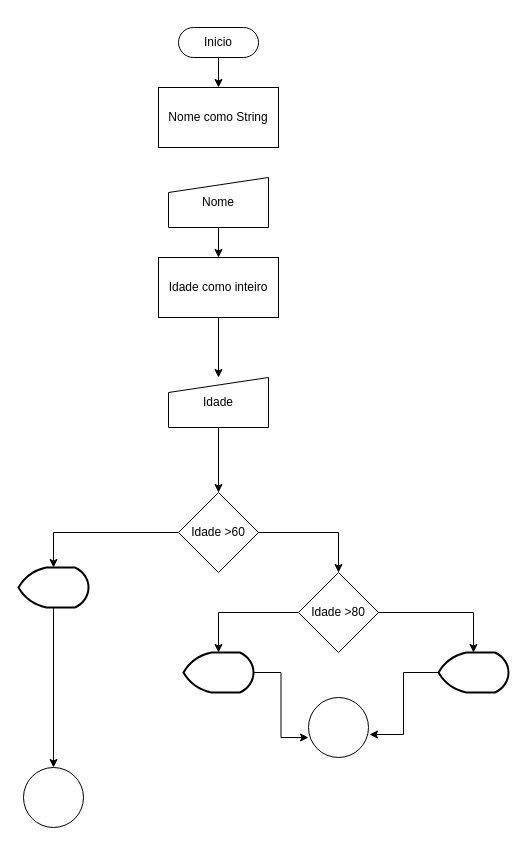
Earlier version of the draw.io diagram Agenda05.drawio (ersafra/EadetecDS2023). Source tidied: cells renumbered, new cells numbered last; positions are measured from the earlier drawing's top-left corner, leaving out a move shared by most shapes. Both pictures are drawn from the tidied source at 100%, with x=0, y=0 at pixel (18, 27).
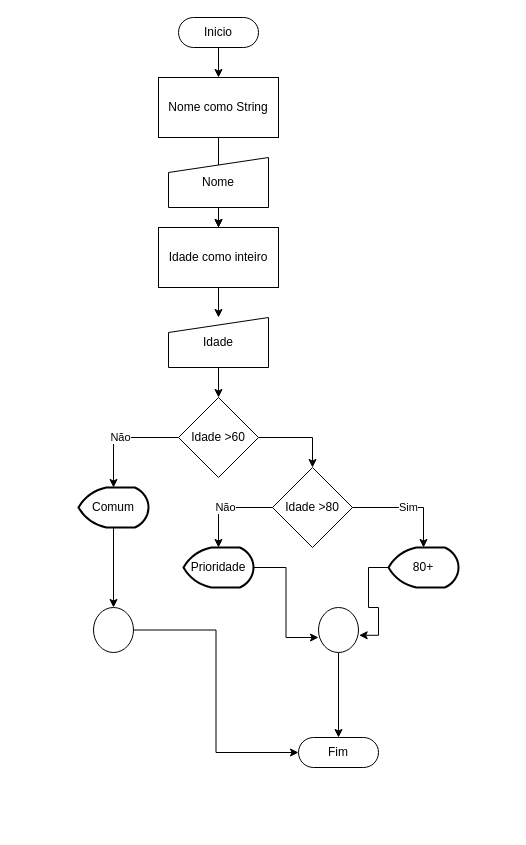
Above is the later version.

The edit, as a diff of the source:
```diff
@@
     <mxCell id="3" value="Inicio" style="html=1;dashed=0;whiteSpace=wrap;shape=mxgraph.dfd.start;" parent="1" vertex="1">
-      <mxGeometry x="160" width="80" height="30" as="geometry" />
+      <mxGeometry x="160" y="-10" width="80" height="30" as="geometry" />
     </mxCell>
+    <mxCell id="25" style="edgeStyle=orthogonalEdgeStyle;rounded=0;jettySize=auto;html=1;" parent="1" edge="1" source="4" target="8">
+      <mxGeometry relative="1" as="geometry" />
+    </mxCell>
     <mxCell id="4" value="Nome como String" style="whiteSpace=wrap;html=1;dashed=0;" parent="1" vertex="1">
-      <mxGeometry x="140" y="60" width="120" height="60" as="geometry" />
+      <mxGeometry x="140" y="50" width="120" height="60" as="geometry" />
     </mxCell>
@@
     <mxCell id="6" value="Nome" style="shape=manualInput;whiteSpace=wrap;html=1;dashed=0;size=15;" parent="1" vertex="1">
-      <mxGeometry x="150" y="150" width="100" height="50" as="geometry" />
+      <mxGeometry x="150" y="130" width="100" height="50" as="geometry" />
     </mxCell>
@@
     <mxCell id="8" value="Idade como inteiro" style="whiteSpace=wrap;html=1;dashed=0;" parent="1" vertex="1">
-      <mxGeometry x="140" y="230" width="120" height="60" as="geometry" />
+      <mxGeometry x="140" y="200" width="120" height="60" as="geometry" />
     </mxCell>
@@
     <mxCell id="10" value="Idade" style="shape=manualInput;whiteSpace=wrap;html=1;dashed=0;size=15;" parent="1" vertex="1">
-      <mxGeometry x="150" y="350" width="100" height="50" as="geometry" />
+      <mxGeometry x="150" y="290" width="100" height="50" as="geometry" />
     </mxCell>
@@
-    <mxCell id="12" style="edgeStyle=orthogonalEdgeStyle;rounded=0;jettySize=auto;html=1;entryX=0.5;entryY=0;entryDx=0;entryDy=0;entryPerimeter=0;" parent="1" edge="1" source="13" target="18">
+    <mxCell id="12" value="Não" style="edgeStyle=orthogonalEdgeStyle;rounded=0;jettySize=auto;html=1;entryX=0.5;entryY=0;entryDx=0;entryDy=0;entryPerimeter=0;" parent="1" edge="1" source="13" target="18">
       <mxGeometry relative="1" as="geometry" />
     </mxCell>
     <mxCell id="13" value="Idade &amp;gt;60" style="rhombus;whiteSpace=wrap;html=1;dashed=0;" parent="1" vertex="1">
-      <mxGeometry x="160" y="465" width="80" height="80" as="geometry" />
+      <mxGeometry x="160" y="370" width="80" height="80" as="geometry" />
     </mxCell>
-    <mxCell id="14" style="edgeStyle=orthogonalEdgeStyle;rounded=0;jettySize=auto;html=1;entryX=0.5;entryY=0;entryDx=0;entryDy=0;entryPerimeter=0;" parent="1" edge="1" source="16" target="22">
+    <mxCell id="14" value="Sim" style="edgeStyle=orthogonalEdgeStyle;rounded=0;jettySize=auto;html=1;entryX=0.5;entryY=0;entryDx=0;entryDy=0;entryPerimeter=0;" parent="1" edge="1" source="16" target="22">
       <mxGeometry relative="1" as="geometry" />
     </mxCell>
-    <mxCell id="15" style="edgeStyle=orthogonalEdgeStyle;rounded=0;jettySize=auto;html=1;entryX=0.5;entryY=0;entryDx=0;entryDy=0;entryPerimeter=0;" parent="1" edge="1" source="16" target="20">
+    <mxCell id="15" value="Não" style="edgeStyle=orthogonalEdgeStyle;rounded=0;jettySize=auto;html=1;entryX=0.5;entryY=0;entryDx=0;entryDy=0;entryPerimeter=0;" parent="1" edge="1" source="16" target="20">
       <mxGeometry relative="1" as="geometry" />
     </mxCell>
     <mxCell id="16" value="Idade &amp;gt;80" style="rhombus;whiteSpace=wrap;html=1;dashed=0;" parent="1" vertex="1">
-      <mxGeometry x="280" y="545" width="80" height="80" as="geometry" />
+      <mxGeometry x="254" y="440" width="80" height="80" as="geometry" />
     </mxCell>
-    <mxCell id="17" style="edgeStyle=orthogonalEdgeStyle;rounded=0;jettySize=auto;html=1;" parent="1" edge="1" source="18" target="24">
-      <mxGeometry relative="1" as="geometry" />
-    </mxCell>
+    <mxCell id="26" style="edgeStyle=orthogonalEdgeStyle;rounded=0;jettySize=auto;html=1;entryX=0.5;entryY=0;entryDx=0;entryDy=0;entryPerimeter=0;" parent="1" edge="1" source="18" target="30">
+      <mxGeometry relative="1" as="geometry" />
+    </mxCell>
-    <mxCell id="18" style="strokeWidth=2;html=1;shape=mxgraph.flowchart.display;whiteSpace=wrap;" parent="1" vertex="1">
-      <mxGeometry y="540" width="70" height="40" as="geometry" />
+    <mxCell id="18" value="Comum" style="strokeWidth=2;html=1;shape=mxgraph.flowchart.display;whiteSpace=wrap;" parent="1" vertex="1">
+      <mxGeometry x="60" y="460" width="70" height="40" as="geometry" />
     </mxCell>
@@
-    <mxCell id="20" style="strokeWidth=2;html=1;shape=mxgraph.flowchart.display;whiteSpace=wrap;" parent="1" vertex="1">
-      <mxGeometry x="165" y="625" width="70" height="40" as="geometry" />
+    <mxCell id="20" value="Prioridade" style="strokeWidth=2;html=1;shape=mxgraph.flowchart.display;whiteSpace=wrap;" parent="1" vertex="1">
+      <mxGeometry x="165" y="520" width="70" height="40" as="geometry" />
     </mxCell>
@@
-    <mxCell id="22" style="strokeWidth=2;html=1;shape=mxgraph.flowchart.display;whiteSpace=wrap;" parent="1" vertex="1">
-      <mxGeometry x="420" y="625" width="70" height="40" as="geometry" />
+    <mxCell id="22" value="80+" style="strokeWidth=2;html=1;shape=mxgraph.flowchart.display;whiteSpace=wrap;" parent="1" vertex="1">
+      <mxGeometry x="370" y="520" width="70" height="40" as="geometry" />
     </mxCell>
+    <mxCell id="27" style="edgeStyle=orthogonalEdgeStyle;rounded=0;jettySize=auto;html=1;" parent="1" edge="1" source="23">
+      <mxGeometry relative="1" as="geometry">
+        <mxPoint x="320" y="710" as="targetPoint" />
+      </mxGeometry>
+    </mxCell>
     <mxCell id="23" style="verticalLabelPosition=bottom;verticalAlign=top;html=1;shape=mxgraph.flowchart.on-page_reference;" parent="1" vertex="1">
-      <mxGeometry x="290" y="670" width="60" height="60" as="geometry" />
+      <mxGeometry x="300" y="580" width="40" height="45" as="geometry" />
     </mxCell>
-    <mxCell id="24" style="verticalLabelPosition=bottom;verticalAlign=top;html=1;shape=mxgraph.flowchart.on-page_reference;" parent="1" vertex="1">
-      <mxGeometry x="5" y="740" width="60" height="60" as="geometry" />
-    </mxCell>
+    <mxCell id="28" value="Fim" style="html=1;dashed=0;whiteSpace=wrap;shape=mxgraph.dfd.start;" parent="1" vertex="1">
+      <mxGeometry x="280" y="710" width="80" height="30" as="geometry" />
+    </mxCell>
+    <mxCell id="29" style="edgeStyle=orthogonalEdgeStyle;rounded=0;jettySize=auto;html=1;entryX=0;entryY=0.5;entryDx=0;entryDy=0;entryPerimeter=0;" parent="1" edge="1" source="30" target="28">
+      <mxGeometry relative="1" as="geometry" />
+    </mxCell>
+    <mxCell id="30" style="verticalLabelPosition=bottom;verticalAlign=top;html=1;shape=mxgraph.flowchart.on-page_reference;" parent="1" vertex="1">
+      <mxGeometry x="75" y="580" width="40" height="45" as="geometry" />
+    </mxCell>
```
